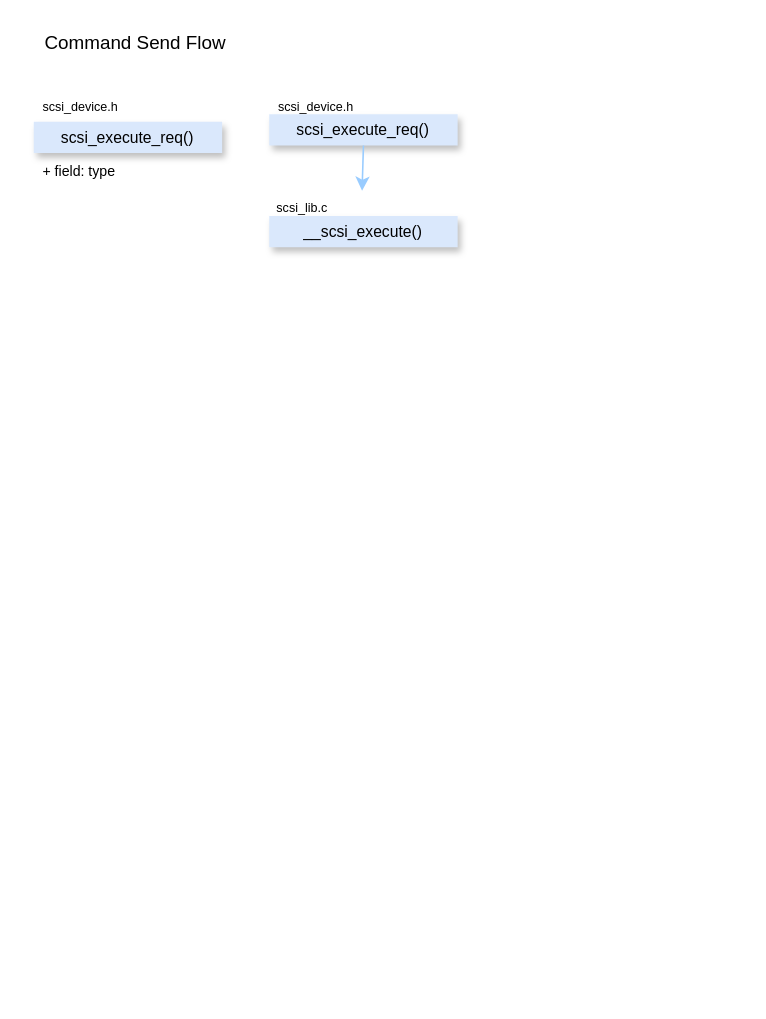
Earlier version of the draw.io diagram page "Command Flow" (1 of 2) of Untitled Diagram.drawio (Flying-Camel/KernelSourceAnalize). Source tidied: cells renumbered, new cells numbered last; positions are measured from the earlier drawing's top-left corner, leaving out a move shared by most shapes. Both pictures are drawn from the tidied source at 157%, with x=0, y=0 at pixel (33, 27).
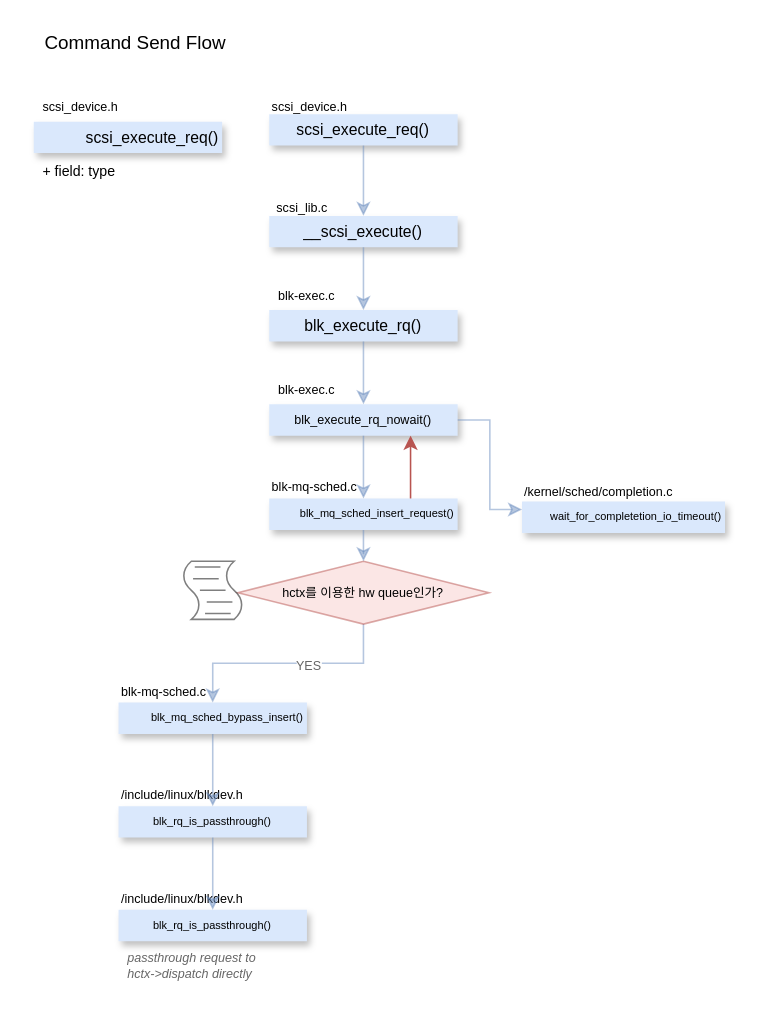
After the change.

Unchanged cells that the change refers to:
```xml
<mxCell id="3" style="group;" parent="1" vertex="1">
  <mxGeometry y="40" width="120" height="66" as="geometry" />
</mxCell>
<mxCell id="7" style="group;" parent="1" vertex="1">
  <mxGeometry x="150" y="40" width="120" height="50" as="geometry" />
</mxCell>
<mxCell id="8" value="scsi_execute_req()" style="swimlane;fontStyle=0;horizontal=1;startSize=25;fillColor=#dae8fc;strokeColor=none;fontSize=10;swimlaneLine=0;sketch=0;glass=0;shadow=1;" parent="7" vertex="1" collapsed="1">
  <mxGeometry y="15.2" width="120" height="20" as="geometry" />
</mxCell>
<mxCell id="10" value="__scsi_execute()" style="swimlane;fontStyle=0;horizontal=1;startSize=20;fillColor=#dae8fc;strokeColor=none;fontSize=10;swimlaneLine=0;sketch=0;glass=0;shadow=1;" parent="9" vertex="1" collapsed="1">
  <mxGeometry y="20" width="120" height="20" as="geometry" />
</mxCell>
<mxCell id="11" value="scsi_lib.c" style="text;strokeColor=none;fillColor=none;align=left;verticalAlign=top;spacingLeft=4;spacingRight=4;overflow=hidden;points=[[0,0.5],[1,0.5]];portConstraint=eastwest;shadow=1;glass=0;sketch=0;fontSize=8;" parent="9" vertex="1">
  <mxGeometry x="-1" y="4" width="120" height="20" as="geometry" />
</mxCell>
```

What changed in the source:
```diff
@@
-    <mxCell id="4" value="scsi_execute_req()" style="swimlane;fontStyle=0;horizontal=1;startSize=20;fillColor=#dae8fc;strokeColor=none;fontSize=10;swimlaneLine=0;sketch=0;glass=0;shadow=1;" parent="3" vertex="1">
+    <mxCell id="4" value="scsi_execute_req()" style="swimlane;fontStyle=0;horizontal=1;startSize=20;fillColor=#dae8fc;strokeColor=none;fontSize=10;swimlaneLine=0;sketch=0;glass=0;shadow=1;align=right;" parent="3" vertex="1">
       <mxGeometry y="20" width="120" height="46" as="geometry" />
     </mxCell>
@@
+    <mxCell id="13" value="scsi_device.h" style="text;strokeColor=none;fillColor=none;align=left;verticalAlign=top;spacingLeft=4;spacingRight=4;overflow=hidden;shadow=1;glass=0;sketch=0;fontSize=8;" parent="7" vertex="1">
+      <mxGeometry x="-4" y="-0.1" width="100" height="15.2" as="geometry" />
+    </mxCell>
-    <mxCell id="9" style="group;" parent="1" vertex="1">
-      <mxGeometry x="150" y="100" width="120" height="66" as="geometry" />
+    <mxCell id="9" style="group;opacity=50;" parent="1" vertex="1">
+      <mxGeometry x="150" y="100" width="120" height="246" as="geometry" />
     </mxCell>
@@
+    <mxCell id="14" style="group;" parent="9" vertex="1">
+      <mxGeometry y="60" width="120" height="186" as="geometry" />
+    </mxCell>
+    <mxCell id="15" value="blk_execute_rq()" style="swimlane;fontStyle=0;horizontal=1;startSize=20;fillColor=#dae8fc;strokeColor=none;fontSize=10;swimlaneLine=0;sketch=0;glass=0;shadow=1;" parent="14" vertex="1" collapsed="1">
+      <mxGeometry y="20" width="120" height="20" as="geometry" />
+    </mxCell>
+    <mxCell id="16" value="blk-exec.c" style="text;strokeColor=none;fillColor=none;align=left;verticalAlign=top;spacingLeft=4;spacingRight=4;overflow=hidden;points=[[0,0.5],[1,0.5]];portConstraint=eastwest;shadow=1;glass=0;sketch=0;fontSize=8;" parent="14" vertex="1">
+      <mxGeometry width="100" height="20" as="geometry" />
+    </mxCell>
+    <mxCell id="17" style="group;" parent="14" vertex="1">
+      <mxGeometry y="60" width="120" height="126" as="geometry" />
+    </mxCell>
+    <mxCell id="18" value="blk_execute_rq_nowait()" style="swimlane;fontStyle=0;horizontal=1;startSize=20;fillColor=#dae8fc;strokeColor=none;fontSize=8;swimlaneLine=0;sketch=0;glass=0;shadow=1;align=center;" parent="17" vertex="1" collapsed="1">
+      <mxGeometry y="20" width="120" height="20" as="geometry" />
+    </mxCell>
+    <mxCell id="19" value="blk-exec.c" style="text;strokeColor=none;fillColor=none;align=left;verticalAlign=top;spacingLeft=4;spacingRight=4;overflow=hidden;shadow=1;glass=0;sketch=0;fontSize=8;" parent="17" vertex="1">
+      <mxGeometry width="100" height="20" as="geometry" />
+    </mxCell>
+    <mxCell id="20" style="group;" parent="17" vertex="1">
+      <mxGeometry y="60" width="120" height="66" as="geometry" />
+    </mxCell>
+    <mxCell id="21" value="blk_mq_sched_insert_request()" style="swimlane;fontStyle=0;horizontal=1;startSize=20;fillColor=#dae8fc;strokeColor=none;fontSize=7;swimlaneLine=0;sketch=0;glass=0;shadow=1;align=right;" parent="20" vertex="1" collapsed="1">
+      <mxGeometry y="20" width="120" height="20" as="geometry" />
+    </mxCell>
+    <mxCell id="22" value="blk-mq-sched.c&#10;" style="text;strokeColor=none;fillColor=none;align=left;verticalAlign=top;spacingLeft=4;spacingRight=4;overflow=hidden;shadow=1;glass=0;sketch=0;fontSize=8;" parent="20" vertex="1">
+      <mxGeometry x="-4" y="2" width="100" height="20" as="geometry" />
+    </mxCell>
+    <mxCell id="23" style="edgeStyle=orthogonalEdgeStyle;rounded=0;jettySize=auto;html=1;fontSize=7;fillColor=#dae8fc;strokeColor=#6c8ebf;opacity=50;" parent="17" edge="1" source="18" target="21">
+      <mxGeometry relative="1" as="geometry" />
+    </mxCell>
+    <mxCell id="24" style="edgeStyle=orthogonalEdgeStyle;rounded=0;jettySize=auto;html=1;entryX=0.75;entryY=1;entryDx=0;entryDy=0;fontSize=7;fillColor=#f8cecc;strokeColor=#b85450;" parent="17" edge="1" source="21" target="18">
+      <mxGeometry relative="1" as="geometry">
+        <Array as="points">
+          <mxPoint x="90" y="70" />
+          <mxPoint x="90" y="70" />
+        </Array>
+      </mxGeometry>
+    </mxCell>
+    <mxCell id="25" style="edgeStyle=orthogonalEdgeStyle;rounded=0;jettySize=auto;html=1;entryX=0.5;entryY=0;entryDx=0;entryDy=0;fontSize=9;fillColor=#dae8fc;strokeColor=#6c8ebf;opacity=50;" parent="14" edge="1" source="15" target="18">
+      <mxGeometry relative="1" as="geometry" />
+    </mxCell>
+    <mxCell id="26" style="edgeStyle=orthogonalEdgeStyle;rounded=0;jettySize=auto;html=1;fillColor=#dae8fc;strokeColor=#6c8ebf;opacity=50;" parent="9" edge="1" source="10" target="15">
+      <mxGeometry relative="1" as="geometry" />
+    </mxCell>
+    <mxCell id="27" style="edgeStyle=orthogonalEdgeStyle;rounded=0;jettySize=auto;html=1;entryX=0.596;entryY=-0.007;entryDx=0;entryDy=0;entryPerimeter=0;fillColor=#dae8fc;strokeColor=none;" parent="9" edge="1" source="10" target="16">
+      <mxGeometry relative="1" as="geometry" />
+    </mxCell>
-    <mxCell id="12" style="edgeStyle=orthogonalEdgeStyle;rounded=0;jettySize=auto;html=1;fontSize=8;strokeColor=#99CCFF;exitX=0.5;exitY=1;exitDx=0;exitDy=0;entryX=0.501;entryY=-0.002;entryDx=0;entryDy=0;entryPerimeter=0;" parent="1" edge="1" source="8" target="11">
+    <mxCell id="12" style="edgeStyle=orthogonalEdgeStyle;rounded=0;jettySize=auto;html=1;fontSize=8;strokeColor=#6c8ebf;exitX=0.5;exitY=1;exitDx=0;exitDy=0;fillColor=#dae8fc;opacity=50;" parent="1" edge="1" source="8" target="10">
       <mxGeometry relative="1" as="geometry" />
     </mxCell>
-    <mxCell id="13" value="scsi_device.h" style="text;strokeColor=none;fillColor=none;align=left;verticalAlign=top;spacingLeft=4;spacingRight=4;overflow=hidden;shadow=1;glass=0;sketch=0;fontSize=8;" parent="1" vertex="1">
-      <mxGeometry x="150" y="40" width="100" height="15.2" as="geometry" />
-    </mxCell>
+    <mxCell id="28" style="edgeStyle=orthogonalEdgeStyle;rounded=0;jettySize=auto;html=1;fontSize=7;fillColor=#dae8fc;strokeColor=#6c8ebf;entryX=0;entryY=0.25;entryDx=0;entryDy=0;opacity=50;" parent="1" edge="1" source="18" target="30">
+      <mxGeometry relative="1" as="geometry" />
+    </mxCell>
+    <mxCell id="29" style="group;" parent="1" vertex="1">
+      <mxGeometry x="311" y="282" width="139" height="66" as="geometry" />
+    </mxCell>
+    <mxCell id="30" value="wait_for_completetion_io_timeout()" style="swimlane;fontStyle=0;horizontal=1;startSize=20;fillColor=#dae8fc;strokeColor=none;fontSize=7;swimlaneLine=0;sketch=0;glass=0;shadow=1;align=right;" parent="29" vertex="1" collapsed="1">
+      <mxGeometry y="20" width="129.3" height="20" as="geometry" />
+    </mxCell>
+    <mxCell id="31" value="/kernel/sched/completion.c" style="text;strokeColor=none;fillColor=none;align=left;verticalAlign=top;spacingLeft=4;spacingRight=4;overflow=hidden;shadow=1;glass=0;sketch=0;fontSize=8;" parent="29" vertex="1">
+      <mxGeometry x="-4.3" y="3" width="115.8" height="20" as="geometry" />
+    </mxCell>
+    <mxCell id="32" style="group;" parent="1" vertex="1">
+      <mxGeometry x="54" y="410" width="120" height="66" as="geometry" />
+    </mxCell>
+    <mxCell id="33" value="blk_mq_sched_bypass_insert()" style="swimlane;fontStyle=0;horizontal=1;startSize=20;fillColor=#dae8fc;strokeColor=none;fontSize=7;swimlaneLine=0;sketch=0;glass=0;shadow=1;align=right;" parent="32" vertex="1" collapsed="1">
+      <mxGeometry y="20" width="120" height="20" as="geometry" />
+    </mxCell>
+    <mxCell id="34" value="blk-mq-sched.c&#10;" style="text;strokeColor=none;fillColor=none;align=left;verticalAlign=top;spacingLeft=4;spacingRight=4;overflow=hidden;shadow=1;glass=0;sketch=0;fontSize=8;" parent="32" vertex="1">
+      <mxGeometry x="-4" y="2" width="100" height="20" as="geometry" />
+    </mxCell>
+    <mxCell id="35" style="edgeStyle=orthogonalEdgeStyle;rounded=0;jettySize=auto;html=1;fontSize=8;fillColor=#dae8fc;strokeColor=#6c8ebf;opacity=50;exitX=0.5;exitY=1;exitDx=0;exitDy=0;" parent="1" edge="1" source="46" target="33">
+      <mxGeometry relative="1" as="geometry" />
+    </mxCell>
+    <mxCell id="36" value="YES" style="edgeLabel;html=1;align=center;verticalAlign=middle;fontSize=8;fontColor=#666666;" parent="35" vertex="1">
+      <mxGeometry x="-0.16" y="1" relative="1" as="geometry" />
+    </mxCell>
+    <mxCell id="37" style="group;" parent="1" vertex="1">
+      <mxGeometry x="54" y="476" width="120" height="66" as="geometry" />
+    </mxCell>
+    <mxCell id="38" value=" blk_rq_is_passthrough()" style="swimlane;fontStyle=0;horizontal=1;startSize=20;fillColor=#dae8fc;strokeColor=none;fontSize=7;swimlaneLine=0;sketch=0;glass=0;shadow=1;align=center;" parent="37" vertex="1" collapsed="1">
+      <mxGeometry y="20" width="120" height="20" as="geometry" />
+    </mxCell>
+    <mxCell id="39" value="/include/linux/blkdev.h" style="text;strokeColor=none;fillColor=none;align=left;verticalAlign=top;spacingLeft=4;spacingRight=4;overflow=hidden;shadow=1;glass=0;sketch=0;fontSize=8;" parent="37" vertex="1">
+      <mxGeometry x="-4" y="2" width="100" height="20" as="geometry" />
+    </mxCell>
+    <mxCell id="40" style="group;" parent="1" vertex="1">
+      <mxGeometry x="54" y="542" width="120" height="66" as="geometry" />
+    </mxCell>
+    <mxCell id="41" value=" blk_rq_is_passthrough()" style="swimlane;fontStyle=0;horizontal=1;startSize=20;fillColor=#dae8fc;strokeColor=none;fontSize=7;swimlaneLine=0;sketch=0;glass=0;shadow=1;align=center;" parent="40" vertex="1">
+      <mxGeometry y="20" width="120" height="46" as="geometry" />
+    </mxCell>
+    <mxCell id="42" value="passthrough request to&#10;hctx-&gt;dispatch directly" style="text;strokeColor=none;fillColor=none;align=left;verticalAlign=top;spacingLeft=4;spacingRight=4;overflow=hidden;fontSize=8;fontColor=#666666;fontStyle=2;" parent="41" vertex="1">
+      <mxGeometry y="20" width="120" height="26" as="geometry" />
+    </mxCell>
+    <mxCell id="43" value="/include/linux/blkdev.h" style="text;strokeColor=none;fillColor=none;align=left;verticalAlign=top;spacingLeft=4;spacingRight=4;overflow=hidden;shadow=1;glass=0;sketch=0;fontSize=8;" parent="40" vertex="1">
+      <mxGeometry x="-4" y="2" width="100" height="20" as="geometry" />
+    </mxCell>
+    <mxCell id="44" style="edgeStyle=orthogonalEdgeStyle;rounded=0;jettySize=auto;html=1;fontSize=8;fontColor=#666666;fillColor=#dae8fc;strokeColor=#6c8ebf;opacity=50;" parent="1" edge="1" source="33" target="38">
+      <mxGeometry relative="1" as="geometry" />
+    </mxCell>
+    <mxCell id="45" style="edgeStyle=orthogonalEdgeStyle;rounded=1;jettySize=auto;html=1;fontSize=8;fontColor=#666666;opacity=50;fillColor=#dae8fc;strokeColor=#6c8ebf;" parent="1" edge="1" source="38" target="41">
+      <mxGeometry relative="1" as="geometry" />
+    </mxCell>
+    <mxCell id="46" value="&lt;font style=&quot;font-size: 8px&quot;&gt;hctx를 이용한 hw queue인가?&lt;/font&gt;" style="rhombus;whiteSpace=wrap;html=1;fontSize=8;opacity=50;align=center;fillColor=#f8cecc;strokeColor=#b85450;" parent="1" vertex="1">
+      <mxGeometry x="130" y="340" width="160" height="40" as="geometry" />
+    </mxCell>
+    <mxCell id="47" style="edgeStyle=orthogonalEdgeStyle;rounded=1;jettySize=auto;html=1;fontSize=8;fontColor=#666666;opacity=50;fillColor=#dae8fc;strokeColor=#6c8ebf;" parent="1" edge="1" source="21" target="46">
+      <mxGeometry relative="1" as="geometry" />
+    </mxCell>
+    <mxCell id="48" style="shape=mxgraph.bpmn.script_task;html=1;fontSize=8;fontColor=#666666;opacity=50;align=center;" parent="1" vertex="1">
+      <mxGeometry x="94" y="340" width="40" height="37" as="geometry" />
+    </mxCell>
```
